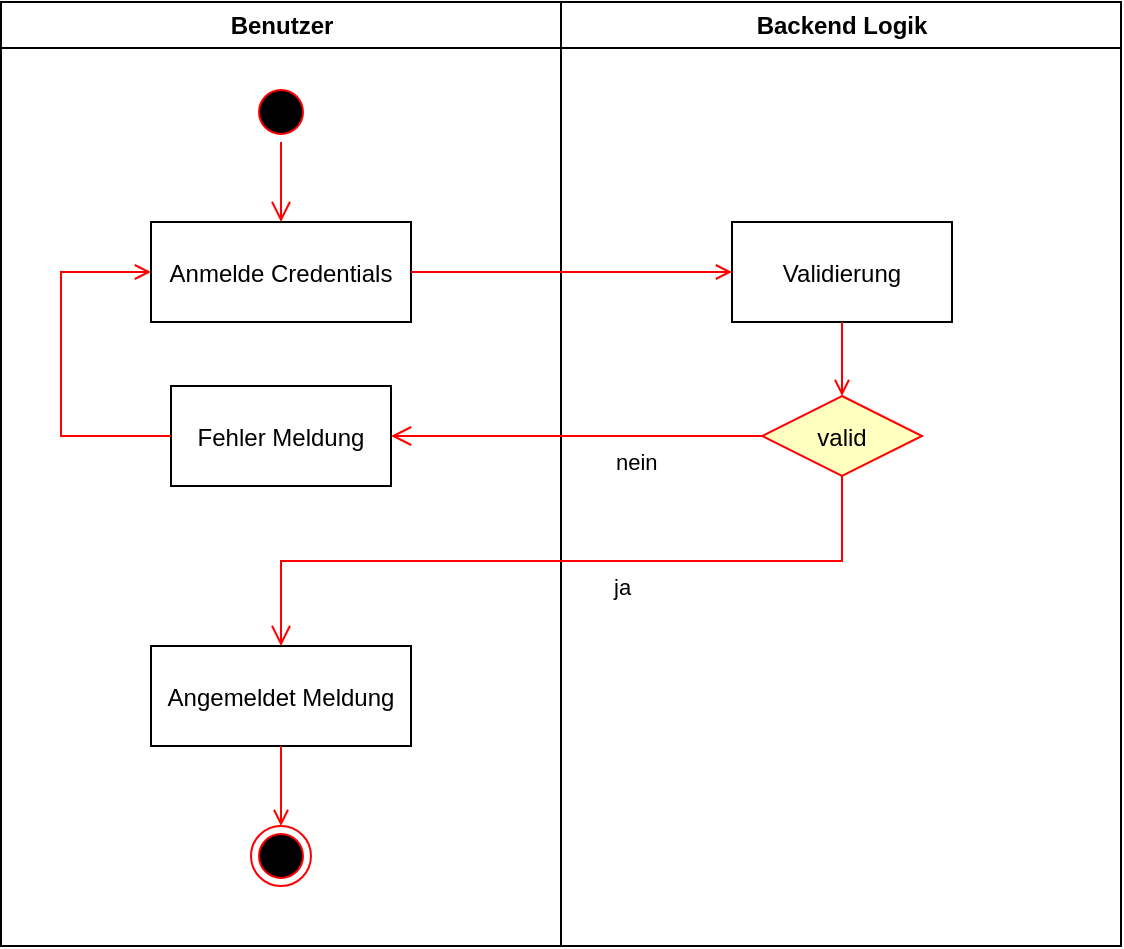
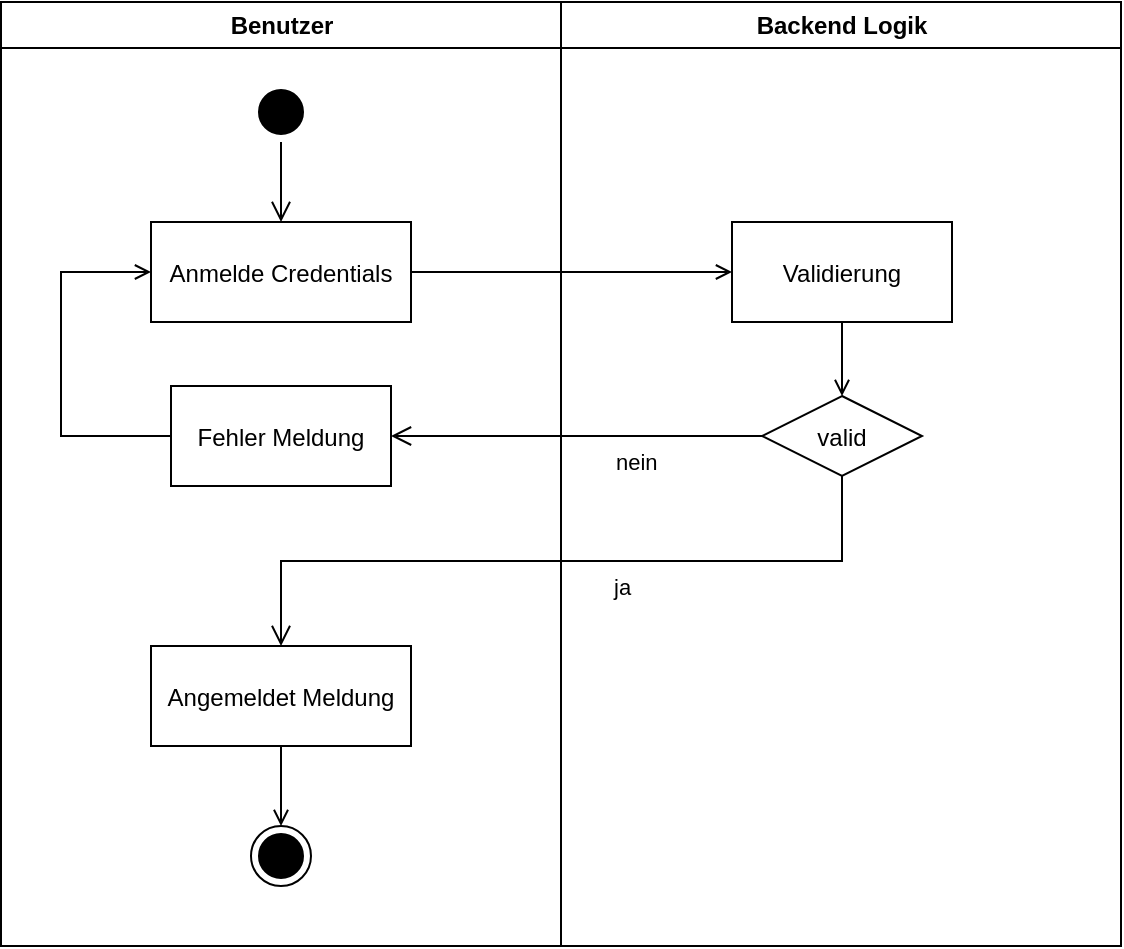
- <mxfile host="app.diagrams.net" agent="Mozilla/5.0 (Windows NT 10.0; Win64; x64) AppleWebKit/537.36 (KHTML, like Gecko) Chrome/141.0.0.0 Safari/537.36 Edg/141.0.0.0" version="28.2.7">
+ <mxfile host="app.diagrams.net" agent="Mozilla/5.0 (Windows NT 10.0; Win64; x64) AppleWebKit/537.36 (KHTML, like Gecko) Chrome/141.0.0.0 Safari/537.36 Edg/141.0.0.0">
  <diagram name="Page-1" id="e7e014a7-5840-1c2e-5031-d8a46d1fe8dd">
-     <mxGraphModel dx="782" dy="544" grid="1" gridSize="10" guides="1" tooltips="1" connect="1" arrows="1" fold="1" page="1" pageScale="1" pageWidth="1169" pageHeight="826" background="none" math="0" shadow="0">
+     <mxGraphModel dx="1030" dy="527" grid="1" gridSize="10" guides="1" tooltips="1" connect="1" arrows="1" fold="1" page="1" pageScale="1" pageWidth="1169" pageHeight="826" background="none" math="0" shadow="0">
      <root>
        <mxCell id="0" />
        <mxCell id="1" parent="0" />
-         <mxCell id="2" value="Benutzer" style="swimlane;whiteSpace=wrap" parent="1" vertex="1">
-           <mxGeometry x="164.5" y="128" width="280" height="472" as="geometry" />
+         <mxCell id="2" parent="1" style="swimlane;whiteSpace=wrap" value="Benutzer" vertex="1">
+           <mxGeometry height="472" width="280" x="164.5" y="128" as="geometry" />
        </mxCell>
-         <mxCell id="5" value="" style="ellipse;shape=startState;fillColor=#000000;strokeColor=#ff0000;" parent="2" vertex="1">
-           <mxGeometry x="125" y="40" width="30" height="30" as="geometry" />
+         <mxCell id="5" parent="2" style="ellipse;shape=startState;fillColor=#000000;strokeColor=#000000;" value="" vertex="1">
+           <mxGeometry height="30" width="30" x="125" y="40" as="geometry" />
        </mxCell>
-         <mxCell id="6" value="" style="edgeStyle=elbowEdgeStyle;elbow=horizontal;verticalAlign=bottom;endArrow=open;endSize=8;strokeColor=#FF0000;endFill=1;rounded=0" parent="2" source="5" target="7" edge="1">
+         <mxCell id="6" edge="1" parent="2" source="5" style="edgeStyle=elbowEdgeStyle;elbow=horizontal;verticalAlign=bottom;endArrow=open;endSize=8;strokeColor=#000000;endFill=1;rounded=0" target="7" value="">
          <mxGeometry x="100" y="40" as="geometry">
            <mxPoint x="115" y="110" as="targetPoint" />
          </mxGeometry>
        </mxCell>
-         <mxCell id="7" value="Anmelde Credentials" style="" parent="2" vertex="1">
-           <mxGeometry x="75" y="110" width="130" height="50" as="geometry" />
+         <mxCell id="7" parent="2" style="" value="Anmelde Credentials" vertex="1">
+           <mxGeometry height="50" width="130" x="75" y="110" as="geometry" />
        </mxCell>
-         <mxCell id="8" value="Fehler Meldung" style="" parent="2" vertex="1">
-           <mxGeometry x="85" y="192" width="110" height="50" as="geometry" />
+         <mxCell id="8" parent="2" style="" value="Fehler Meldung" vertex="1">
+           <mxGeometry height="50" width="110" x="85" y="192" as="geometry" />
        </mxCell>
-         <mxCell id="12" value="" style="edgeStyle=elbowEdgeStyle;elbow=horizontal;strokeColor=#FF0000;endArrow=open;endFill=1;rounded=0;exitX=0;exitY=0.5;exitDx=0;exitDy=0;" parent="2" source="8" target="7" edge="1">
-           <mxGeometry width="100" height="100" relative="1" as="geometry">
-             <mxPoint x="160" y="290" as="sourcePoint" />
-             <mxPoint x="260" y="190" as="targetPoint" />
+         <mxCell id="12" edge="1" parent="2" source="8" style="edgeStyle=elbowEdgeStyle;elbow=horizontal;strokeColor=#000000;endArrow=open;endFill=1;rounded=0;exitX=0;exitY=0.5;exitDx=0;exitDy=0;" target="7" value="">
+           <mxGeometry height="100" relative="1" width="100" as="geometry">
            <Array as="points">
              <mxPoint x="30" y="250" />
            </Array>
+             <mxPoint x="160" y="290" as="sourcePoint" />
+             <mxPoint x="260" y="190" as="targetPoint" />
          </mxGeometry>
        </mxCell>
-         <mxCell id="38" value="" style="ellipse;shape=endState;fillColor=#000000;strokeColor=#ff0000" parent="2" vertex="1">
-           <mxGeometry x="125" y="412" width="30" height="30" as="geometry" />
+         <mxCell id="38" parent="2" style="ellipse;shape=endState;fillColor=#000000;strokeColor=#000000;" value="" vertex="1">
+           <mxGeometry height="30" width="30" x="125" y="412" as="geometry" />
        </mxCell>
-         <mxCell id="33" value="Angemeldet Meldung" style="" parent="2" vertex="1">
-           <mxGeometry x="75" y="322" width="130" height="50" as="geometry" />
+         <mxCell id="33" parent="2" style="" value="Angemeldet Meldung" vertex="1">
+           <mxGeometry height="50" width="130" x="75" y="322" as="geometry" />
        </mxCell>
-         <mxCell id="39" value="" style="endArrow=open;strokeColor=#FF0000;endFill=1;rounded=0" parent="2" source="33" target="38" edge="1">
+         <mxCell id="39" edge="1" parent="2" source="33" style="endArrow=open;strokeColor=#000000;endFill=1;rounded=0" target="38" value="">
          <mxGeometry relative="1" as="geometry" />
        </mxCell>
-         <mxCell id="3" value="Backend Logik" style="swimlane;whiteSpace=wrap;startSize=23;" parent="1" vertex="1">
-           <mxGeometry x="444.5" y="128" width="280" height="472" as="geometry" />
+         <mxCell id="3" parent="1" style="swimlane;whiteSpace=wrap;startSize=23;" value="Backend Logik" vertex="1">
+           <mxGeometry height="472" width="280" x="444.5" y="128" as="geometry" />
        </mxCell>
-         <mxCell id="15" value="Validierung" style="" parent="3" vertex="1">
-           <mxGeometry x="85.5" y="110" width="110" height="50" as="geometry" />
+         <mxCell id="15" parent="3" style="" value="Validierung" vertex="1">
+           <mxGeometry height="50" width="110" x="85.5" y="110" as="geometry" />
        </mxCell>
-         <mxCell id="17" value="" style="endArrow=open;strokeColor=#FF0000;endFill=1;rounded=0;entryX=0.5;entryY=0;entryDx=0;entryDy=0;" parent="3" source="15" target="21" edge="1">
+         <mxCell id="17" edge="1" parent="3" source="15" style="endArrow=open;strokeColor=#000000;endFill=1;rounded=0;entryX=0.5;entryY=0;entryDx=0;entryDy=0;" target="21" value="">
          <mxGeometry relative="1" as="geometry" />
        </mxCell>
-         <mxCell id="21" value="valid" style="rhombus;fillColor=#ffffc0;strokeColor=#ff0000;" parent="3" vertex="1">
-           <mxGeometry x="100.5" y="197" width="80" height="40" as="geometry" />
+         <mxCell id="21" parent="3" style="rhombus;fillColor=#FFFFFF;strokeColor=#000000;" value="valid" vertex="1">
+           <mxGeometry height="40" width="80" x="100.5" y="197" as="geometry" />
        </mxCell>
-         <mxCell id="9" value="" style="endArrow=open;strokeColor=#FF0000;endFill=1;rounded=0" parent="1" source="7" target="15" edge="1">
+         <mxCell id="9" edge="1" parent="1" source="7" style="endArrow=open;strokeColor=#000000;endFill=1;rounded=0" target="15" value="">
          <mxGeometry relative="1" as="geometry" />
        </mxCell>
-         <mxCell id="9c0WG6SSpsonwwO36Y7G-41" value="nein" style="edgeStyle=elbowEdgeStyle;elbow=horizontal;align=left;verticalAlign=top;endArrow=open;endSize=8;strokeColor=#FF0000;endFill=1;rounded=0;entryX=1;entryY=0.5;entryDx=0;entryDy=0;exitX=0;exitY=0.5;exitDx=0;exitDy=0;" edge="1" parent="1" source="21" target="8">
-           <mxGeometry x="-0.1914" relative="1" as="geometry">
-             <mxPoint x="420" y="350" as="targetPoint" />
-             <mxPoint x="479.5" y="350" as="sourcePoint" />
+         <mxCell id="9c0WG6SSpsonwwO36Y7G-41" edge="1" parent="1" source="21" style="edgeStyle=elbowEdgeStyle;elbow=horizontal;align=left;verticalAlign=top;endArrow=open;endSize=8;strokeColor=#000000;endFill=1;rounded=0;entryX=1;entryY=0.5;entryDx=0;entryDy=0;exitX=0;exitY=0.5;exitDx=0;exitDy=0;" target="8" value="nein">
+           <mxGeometry relative="1" x="-0.1914" as="geometry">
+             <mxPoint as="offset" />
            <Array as="points">
              <mxPoint x="450" y="350" />
            </Array>
-             <mxPoint as="offset" />
+             <mxPoint x="479.5" y="350" as="sourcePoint" />
+             <mxPoint x="420" y="350" as="targetPoint" />
          </mxGeometry>
        </mxCell>
-         <mxCell id="23" value="ja" style="edgeStyle=elbowEdgeStyle;elbow=vertical;align=left;verticalAlign=top;endArrow=open;endSize=8;strokeColor=#FF0000;endFill=1;rounded=0" parent="1" source="21" target="33" edge="1">
-           <mxGeometry x="-0.1325" relative="1" as="geometry">
+         <mxCell id="23" edge="1" parent="1" source="21" style="edgeStyle=elbowEdgeStyle;elbow=vertical;align=left;verticalAlign=top;endArrow=open;endSize=8;strokeColor=#000000;endFill=1;rounded=0" target="33" value="ja">
+           <mxGeometry relative="1" x="-0.1325" as="geometry">
+             <mxPoint as="offset" />
            <mxPoint x="520" y="490" as="targetPoint" />
-             <mxPoint as="offset" />
          </mxGeometry>
        </mxCell>
      </root>
    </mxGraphModel>
  </diagram>
</mxfile>
